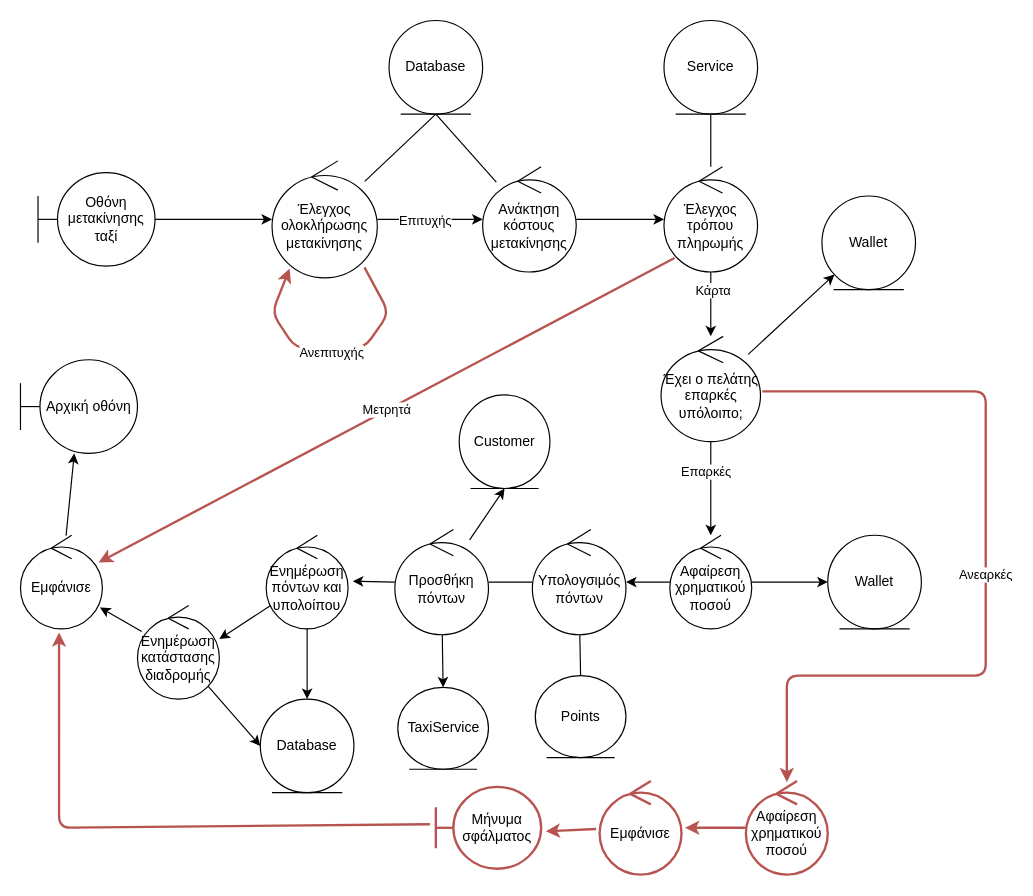
This is Part_3/Robustness/diagrams/11_Αποβίβαση_από_Ταξί.drawio from Nikolis2002/texnoligia_logismikou, a draw.io file, before an edit. Source tidied: cells renumbered, new cells numbered last; positions are measured from the earlier drawing's top-left corner, leaving out a move shared by most shapes. Both pictures are drawn from the tidied source at 117%, with x=0, y=0 at pixel (20, 20).
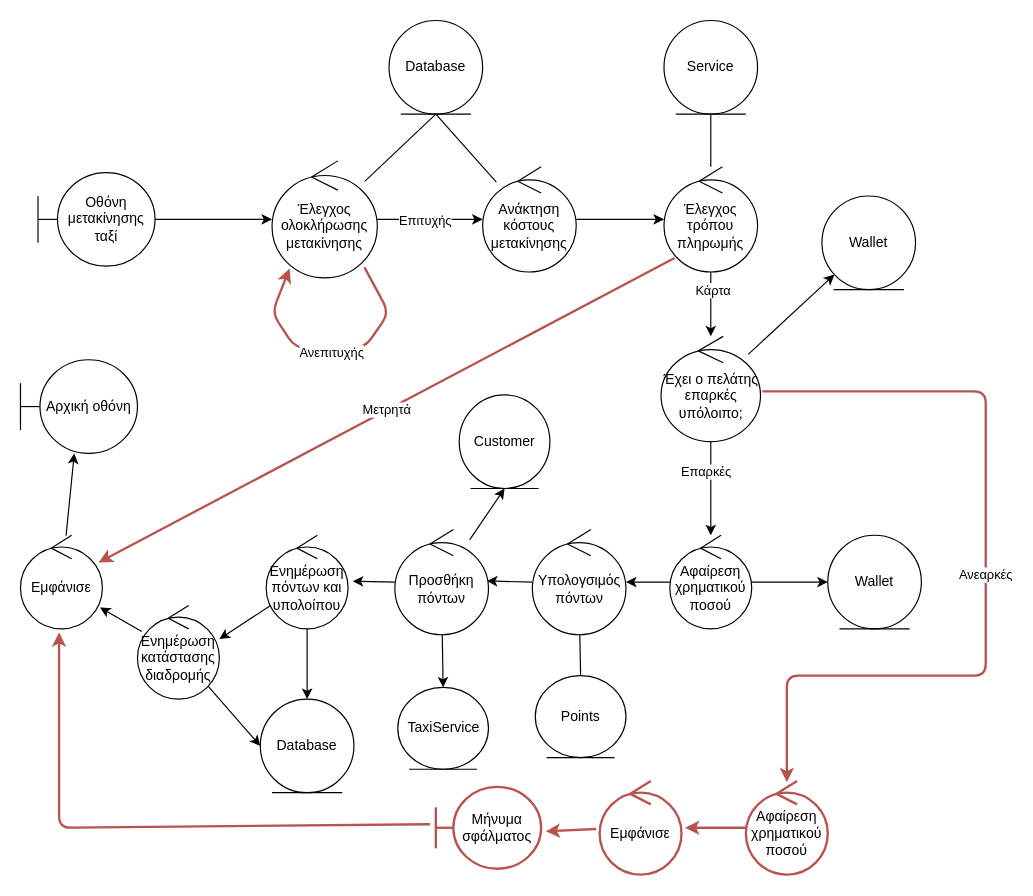
After the change.

Unchanged cells that the change refers to:
```xml
<mxCell id="27" value="Υπολογσιμός πόντων" style="ellipse;shape=umlControl;whiteSpace=wrap;html=1;" parent="1" vertex="1">
  <mxGeometry x="437.5" y="435" width="80" height="90" as="geometry" />
</mxCell>
<mxCell id="50" value="Προσθήκη πόντων" style="ellipse;shape=umlControl;whiteSpace=wrap;html=1;" parent="1" vertex="1">
  <mxGeometry x="320" y="435" width="80" height="90" as="geometry" />
</mxCell>
```

The edit, as a diff of the source:
```diff
@@
-    <mxCell id="26" style="edgeStyle=none;html=1;endArrow=none;endFill=0;" parent="1" edge="1" source="27" target="50">
+    <mxCell id="26" style="edgeStyle=none;html=1;endArrow=classic;endFill=1;entryX=0.983;entryY=0.49;entryDx=0;entryDy=0;entryPerimeter=0;" parent="1" edge="1" source="27" target="50">
       <mxGeometry relative="1" as="geometry" />
     </mxCell>
```
